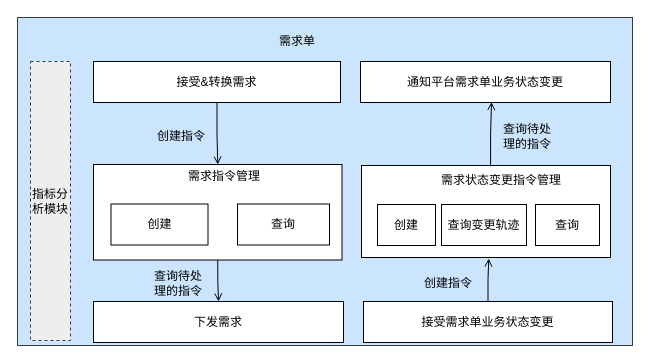
Above: page "Copy of Copy of Page-28" (31 of 36) of docs/自营重构.drawio in lokiworks/codebase (draw.io), before the change. Source tidied: cells renumbered, new cells numbered last; positions are measured from the earlier drawing's top-left corner, leaving out a move shared by most shapes. Both pictures are drawn from the tidied source at 100%, with x=0, y=0 at pixel (17, 17).
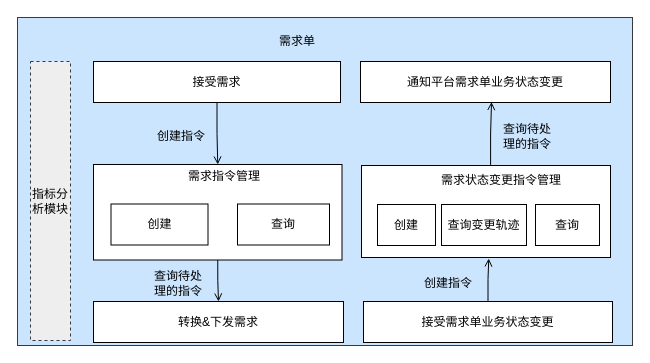
Above is the later version.

Diff of the diagram source:
```diff
@@
-    <mxCell id="18" value="下发需求" style="rounded=0;whiteSpace=wrap;html=1;" parent="1" vertex="1">
+    <mxCell id="18" value="转换&amp;amp;下发需求" style="rounded=0;whiteSpace=wrap;html=1;" parent="1" vertex="1">
       <mxGeometry x="76" y="284" width="250" height="41" as="geometry" />
     </mxCell>
@@
-    <mxCell id="20" value="接受&amp;amp;转换需求" style="rounded=0;whiteSpace=wrap;html=1;" parent="1" vertex="1">
+    <mxCell id="20" value="接受需求" style="rounded=0;whiteSpace=wrap;html=1;" parent="1" vertex="1">
       <mxGeometry x="76" y="44" width="247" height="41" as="geometry" />
     </mxCell>
```
